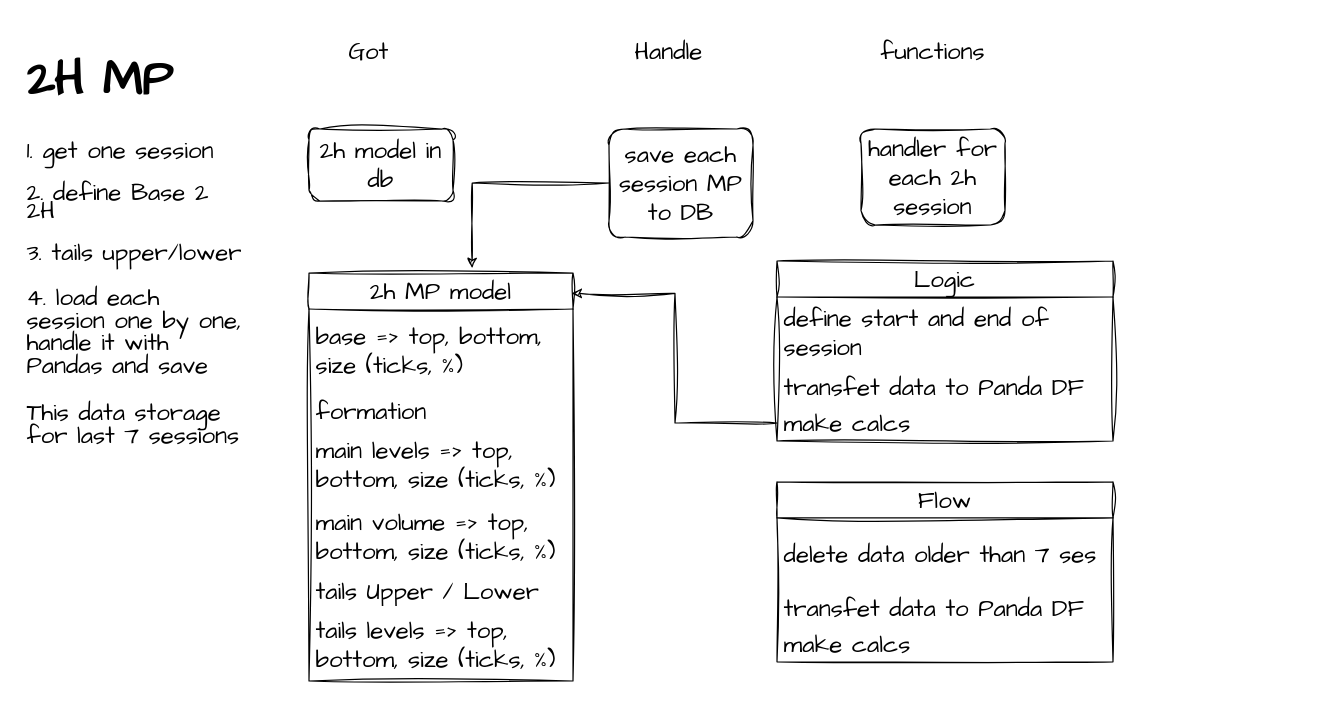
The draw.io diagram page "2h_mp" (3 of 7) of structure.drawio in Kupavtsev/markets_data_handler, before the edit. Source tidied: cells renumbered, new cells numbered last; positions are measured from the earlier drawing's top-left corner, leaving out a move shared by most shapes. Both pictures are drawn from the tidied source at 120%, with x=0, y=0 at pixel (20, 32).
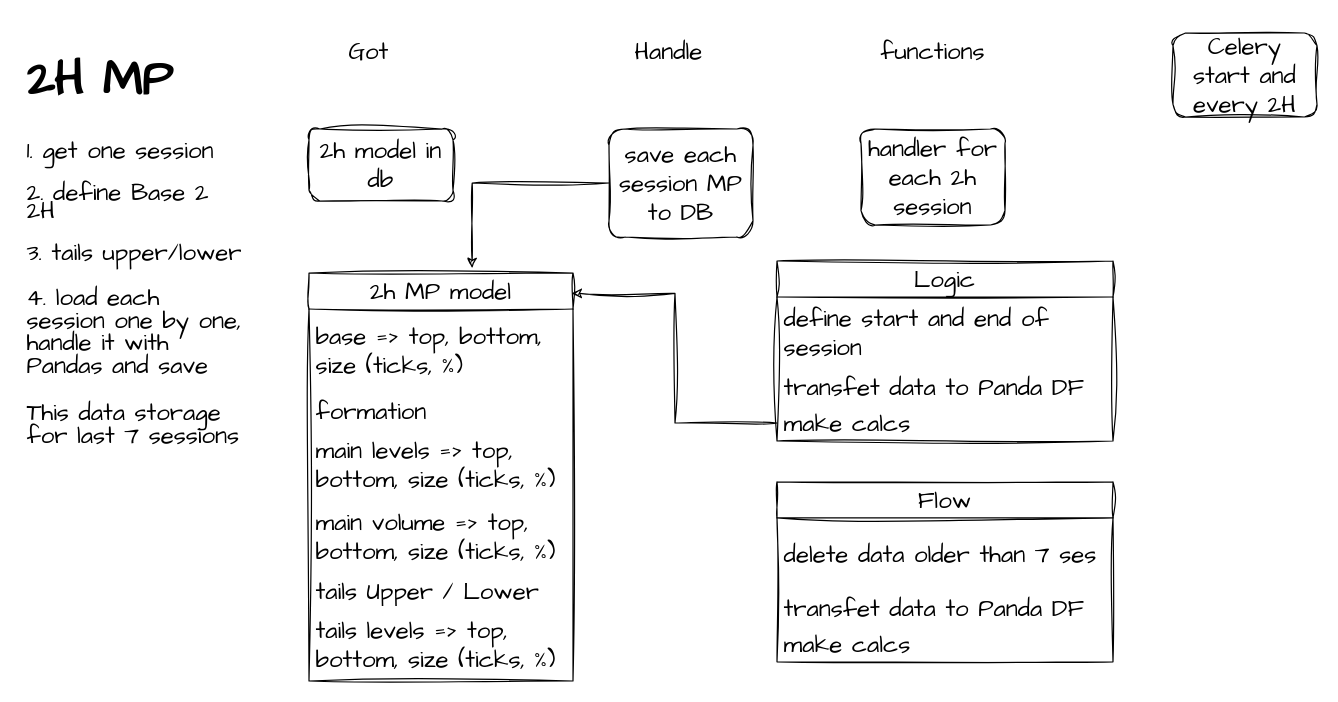
Above is the later version.

What changed in the source:
```diff
@@
+    <mxCell id="26" value="Celery&lt;br&gt;start and every 2H" style="rounded=1;whiteSpace=wrap;html=1;sketch=1;hachureGap=4;jiggle=2;curveFitting=1;fontFamily=Architects Daughter;fontSize=20;" parent="1" vertex="1">
+      <mxGeometry x="960" width="120" height="70" as="geometry" />
+    </mxCell>
```
